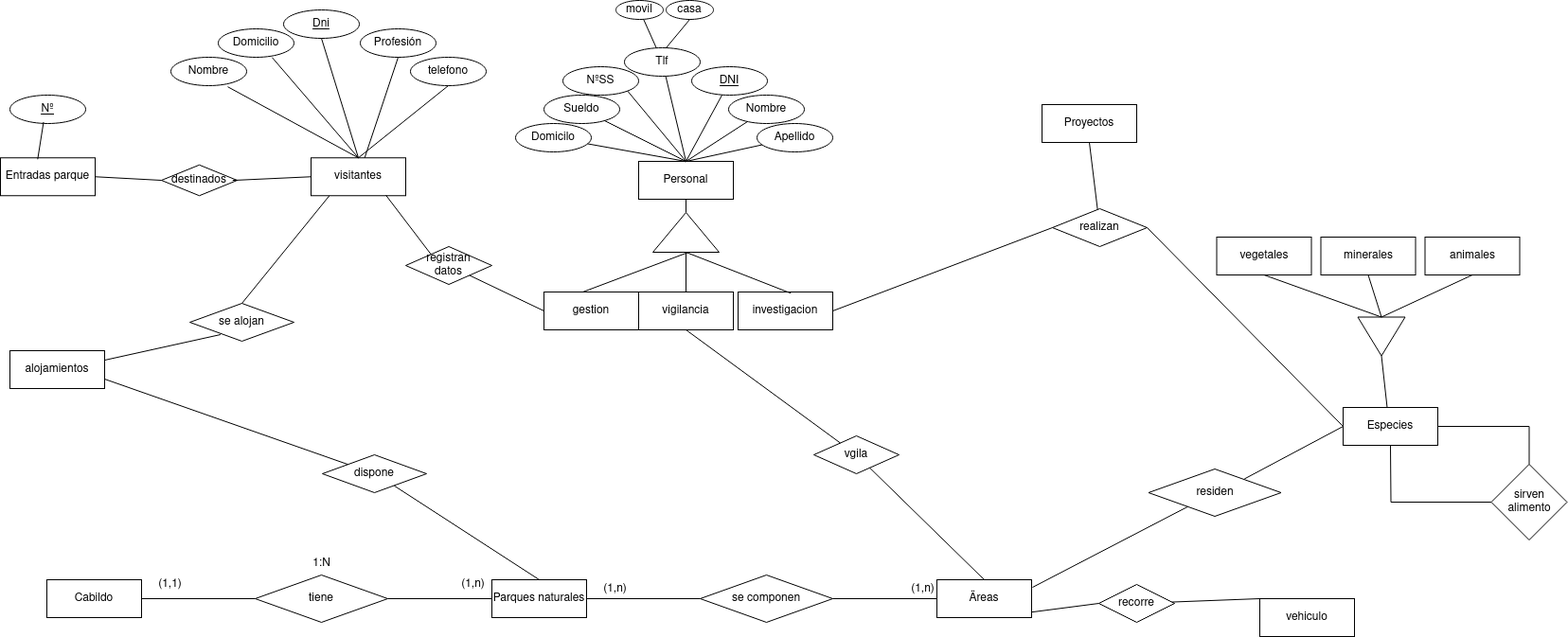
Before: Ejercicios/tarea2/tarea_E/diagramaFinal.png, a diagram exported from draw.io (adogonz23/BAE). Source tidied: cells renumbered, new cells last; positions are measured from the earlier drawing's top-left corner, leaving out a move shared by most shapes.
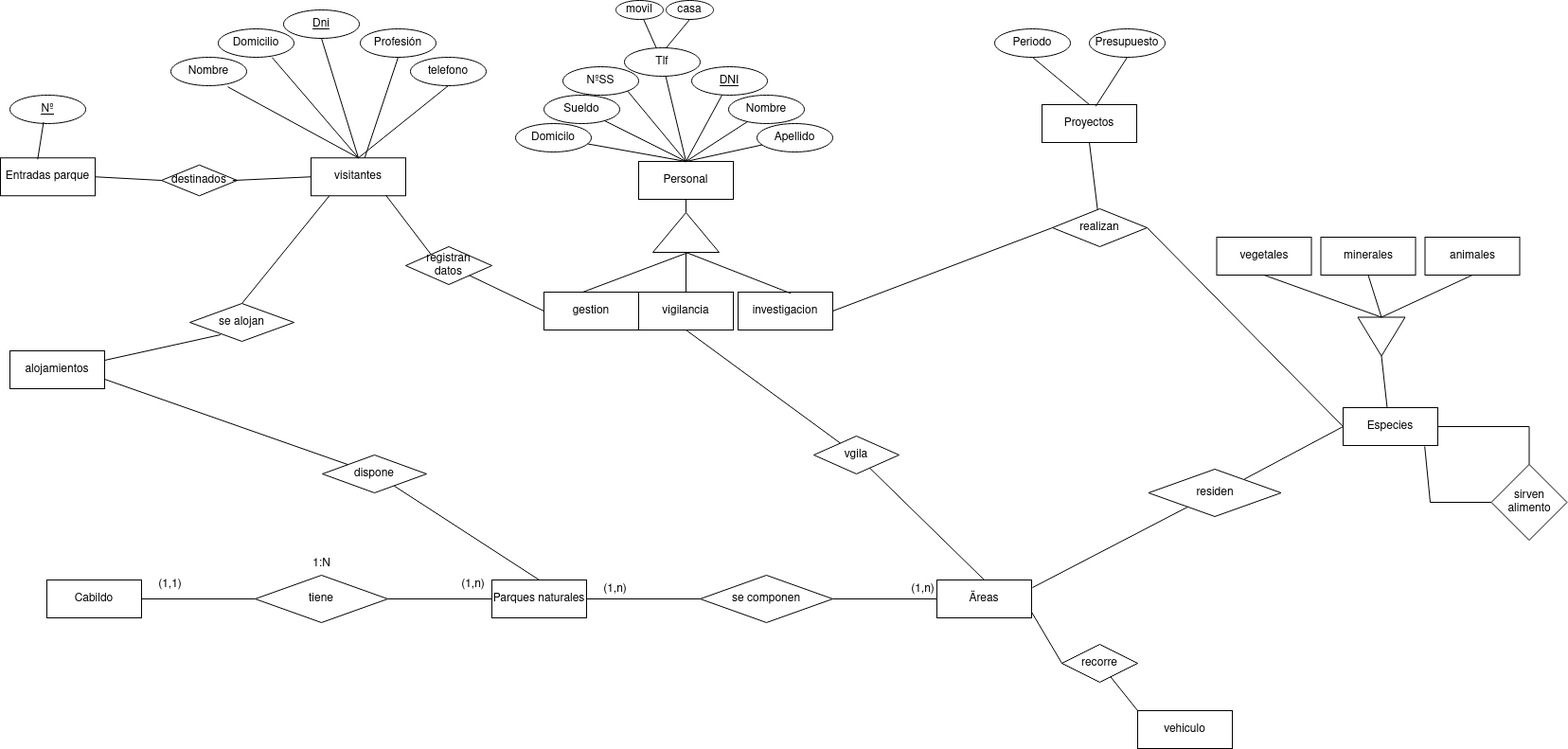
The same file after the commit.

Diff of the diagram source:
```diff
@@ -88,7 +88,7 @@
       <mxGeometry y="166.2" width="100" height="40" as="geometry" />
     </mxCell>
     <mxCell id="29" value="vehiculo" style="rounded=0;whiteSpace=wrap;html=1;" parent="1" vertex="1">
-      <mxGeometry x="1330" y="632" width="100" height="40" as="geometry" />
+      <mxGeometry x="1201" y="750" width="100" height="40" as="geometry" />
     </mxCell>
     <mxCell id="30" style="group;rotation=0;" parent="1" vertex="1">
       <mxGeometry x="1297" y="250" width="321" height="210" as="geometry" />
@@ -128,7 +128,7 @@
       </mxGeometry>
     </mxCell>
     <mxCell id="41" value="recorre" style="rhombus;whiteSpace=wrap;html=1;" parent="1" vertex="1">
-      <mxGeometry x="1160" y="617" width="80" height="40" as="geometry" />
+      <mxGeometry x="1121" y="680" width="80" height="40" as="geometry" />
     </mxCell>
     <mxCell id="42" value="realizan" style="rhombus;whiteSpace=wrap;html=1;" parent="1" vertex="1">
       <mxGeometry x="1111" y="220" width="100" height="40" as="geometry" />
@@ -199,10 +199,10 @@
     <mxCell id="64" value="&lt;div&gt;sirven &lt;br&gt;&lt;/div&gt;&lt;div&gt;alimento&lt;br&gt;&lt;/div&gt;" style="rhombus;whiteSpace=wrap;html=1;" parent="1" vertex="1">
       <mxGeometry x="1574.5" y="490" width="80" height="80" as="geometry" />
     </mxCell>
-    <mxCell id="65" style="endArrow=none;html=1;rounded=0;entryX=0.5;entryY=1;entryDx=0;entryDy=0;exitX=0;exitY=0.5;exitDx=0;exitDy=0;" parent="1" edge="1" source="64" target="31">
+    <mxCell id="65" style="endArrow=none;html=1;rounded=0;entryX=0.862;entryY=1.025;entryDx=0;entryDy=0;exitX=0;exitY=0.5;exitDx=0;exitDy=0;entryPerimeter=0;" parent="1" edge="1" source="64" target="31">
       <mxGeometry relative="1" as="geometry">
         <Array as="points">
-          <mxPoint x="1468.5" y="530" />
+          <mxPoint x="1510" y="530" />
         </Array>
       </mxGeometry>
     </mxCell>
@@ -308,5 +308,17 @@
     <mxCell id="97" style="endArrow=none;html=1;rounded=0;entryX=0.495;entryY=0.023;entryDx=0;entryDy=0;entryPerimeter=0;" parent="1" edge="1" source="78" target="17">
       <mxGeometry relative="1" as="geometry" />
     </mxCell>
+    <mxCell id="98" value="Periodo" style="ellipse;whiteSpace=wrap;html=1;" parent="1" vertex="1">
+      <mxGeometry x="1050" y="30" width="80" height="30" as="geometry" />
+    </mxCell>
+    <mxCell id="99" value="Presupuesto" style="ellipse;whiteSpace=wrap;html=1;" parent="1" vertex="1">
+      <mxGeometry x="1150" y="30" width="80" height="30" as="geometry" />
+    </mxCell>
+    <mxCell id="100" style="endArrow=none;html=1;rounded=0;exitX=0.567;exitY=0.046;exitDx=0;exitDy=0;exitPerimeter=0;entryX=0.5;entryY=1;entryDx=0;entryDy=0;" parent="1" edge="1" source="26" target="99">
+      <mxGeometry relative="1" as="geometry" />
+    </mxCell>
+    <mxCell id="101" style="endArrow=none;html=1;rounded=0;entryX=0.5;entryY=1;entryDx=0;entryDy=0;exitX=0.5;exitY=0;exitDx=0;exitDy=0;" parent="1" edge="1" source="26" target="98">
+      <mxGeometry relative="1" as="geometry" />
+    </mxCell>
   </root>
 </mxGraphModel>
```
